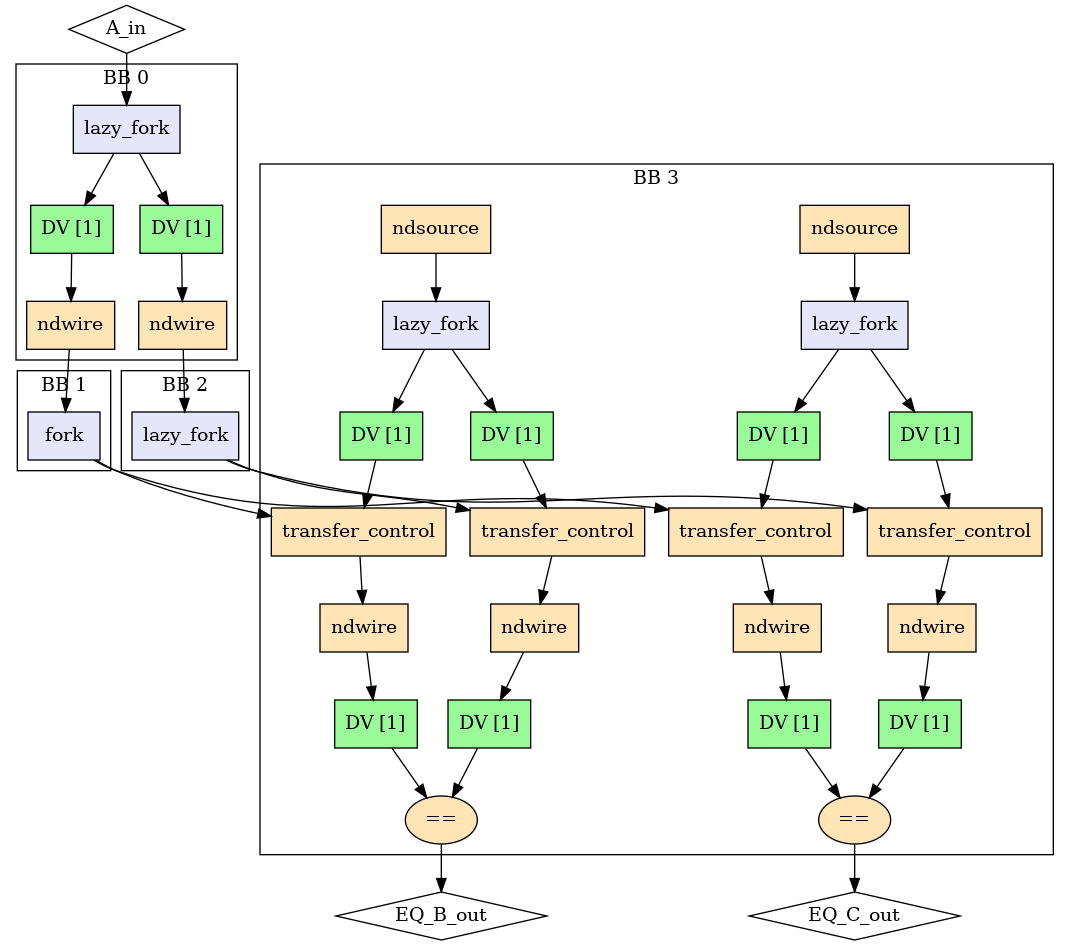
Earlier version of the Graphviz export experimental/tools/elastic-miter/out/fork/miter/model.png (EPFL-LAP/dynamatic). Its source is kept beside it as experimental/tools/elastic-miter/out/fork/miter/model.dot.
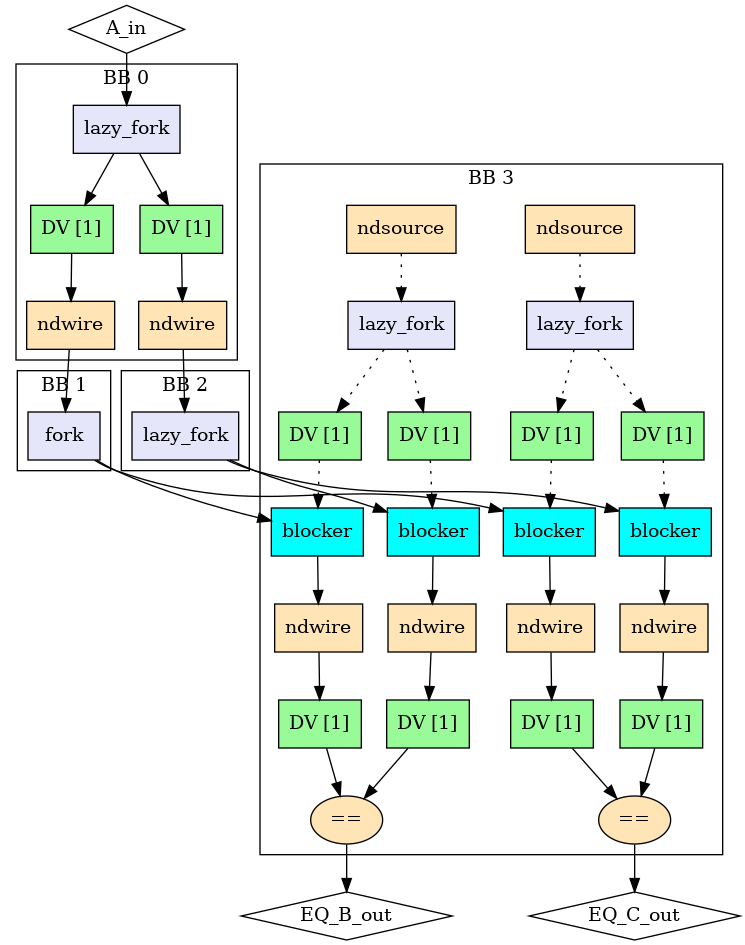
After the change.

Diff of the diagram source:
```diff
@@ -7,10 +7,10 @@
   "A_in" -> "in_fork_A_in" ["dir"="both", "style"="solid", "arrowhead"="normal", "from_idx"="0", "to"="ins", "arrowtail"="none", "from"="A_in", "to_idx"="0"]
   "lhs_in_ndw_A_in" -> "lhs_fork" ["dir"="both", "style"="solid", "arrowhead"="normal", "from_idx"="0", "to"="ins", "arrowtail"="none", "from"="outs", "to_idx"="0"]
   "rhs_in_ndw_A_in" -> "rhs_fork" ["dir"="both", "style"="solid", "arrowhead"="normal", "from_idx"="0", "to"="ins", "arrowtail"="none", "from"="outs", "to_idx"="0"]
-  "lhs_fork" -> "out_lhs_tc_B_out" ["dir"="both", "style"="solid", "arrowhead"="normal", "from_idx"="0", "to"="ins", "arrowtail"="none", "from"="outs_0", "to_idx"="0"]
-  "lhs_fork" -> "out_lhs_tc_C_out" ["dir"="both", "style"="solid", "arrowhead"="normal", "from_idx"="1", "to"="ins", "arrowtail"="none", "from"="outs_1", "to_idx"="0"]
-  "rhs_fork" -> "out_rhs_tc_B_out" ["dir"="both", "style"="solid", "arrowhead"="normal", "from_idx"="0", "to"="ins", "arrowtail"="none", "from"="outs_0", "to_idx"="0"]
-  "rhs_fork" -> "out_rhs_tc_C_out" ["dir"="both", "style"="solid", "arrowhead"="normal", "from_idx"="1", "to"="ins", "arrowtail"="none", "from"="outs_1", "to_idx"="0"]
+  "lhs_fork" -> "out_lhs_bl_B_out" ["dir"="both", "style"="solid", "arrowhead"="normal", "from_idx"="0", "to"="ins", "arrowtail"="none", "from"="outs_0", "to_idx"="0"]
+  "lhs_fork" -> "out_lhs_bl_C_out" ["dir"="both", "style"="solid", "arrowhead"="normal", "from_idx"="1", "to"="ins", "arrowtail"="none", "from"="outs_1", "to_idx"="0"]
+  "rhs_fork" -> "out_rhs_bl_B_out" ["dir"="both", "style"="solid", "arrowhead"="normal", "from_idx"="0", "to"="ins", "arrowtail"="none", "from"="outs_0", "to_idx"="0"]
+  "rhs_fork" -> "out_rhs_bl_C_out" ["dir"="both", "style"="solid", "arrowhead"="normal", "from_idx"="1", "to"="ins", "arrowtail"="none", "from"="outs_1", "to_idx"="0"]
   "out_eq_B_out" -> "EQ_B_out" ["dir"="both", "style"="solid", "arrowhead"="normal", "from_idx"="0", "to"="EQ_B_out", "arrowtail"="none", "from"="result", "to_idx"="0"]
   "out_eq_C_out" -> "EQ_C_out" ["dir"="both", "style"="solid", "arrowhead"="normal", "from_idx"="0", "to"="EQ_C_out", "arrowtail"="none", "from"="result", "to_idx"="1"]
   subgraph cluster0 {
@@ -39,8 +39,8 @@
     "out_lf_B_out" ["style"="filled", "fillcolor"="lavender", "shape"="box", "label"="lazy_fork", "mlir_op"="handshake.lazy_fork"]
     "out_buf_lhs_nds_B_out" ["style"="filled", "fillcolor"="palegreen", "shape"="box", "label"="DV [1]", "mlir_op"="handshake.buffer"]
     "out_buf_rhs_nds_B_out" ["style"="filled", "fillcolor"="palegreen", "shape"="box", "label"="DV [1]", "mlir_op"="handshake.buffer"]
-    "out_lhs_tc_B_out" ["style"="filled", "fillcolor"="moccasin", "shape"="box", "label"="transfer_control", "mlir_op"="handshake.transfer_control"]
-    "out_rhs_tc_B_out" ["style"="filled", "fillcolor"="moccasin", "shape"="box", "label"="transfer_control", "mlir_op"="handshake.transfer_control"]
+    "out_lhs_bl_B_out" ["style"="filled", "fillcolor"="cyan", "shape"="box", "label"="blocker", "mlir_op"="handshake.blocker"]
+    "out_rhs_bl_B_out" ["style"="filled", "fillcolor"="cyan", "shape"="box", "label"="blocker", "mlir_op"="handshake.blocker"]
     "lhs_out_ndw_B_out" ["style"="filled", "fillcolor"="moccasin", "shape"="box", "label"="ndwire", "mlir_op"="handshake.ndwire"]
     "rhs_out_ndw_B_out" ["style"="filled", "fillcolor"="moccasin", "shape"="box", "label"="ndwire", "mlir_op"="handshake.ndwire"]
     "lhs_out_buf_B_out" ["style"="filled", "fillcolor"="palegreen", "shape"="box", "label"="DV [1]", "mlir_op"="handshake.buffer"]
@@ -50,31 +50,31 @@
     "out_lf_C_out" ["style"="filled", "fillcolor"="lavender", "shape"="box", "label"="lazy_fork", "mlir_op"="handshake.lazy_fork"]
     "out_buf_lhs_nds_C_out" ["style"="filled", "fillcolor"="palegreen", "shape"="box", "label"="DV [1]", "mlir_op"="handshake.buffer"]
     "out_buf_rhs_nds_C_out" ["style"="filled", "fillcolor"="palegreen", "shape"="box", "label"="DV [1]", "mlir_op"="handshake.buffer"]
-    "out_lhs_tc_C_out" ["style"="filled", "fillcolor"="moccasin", "shape"="box", "label"="transfer_control", "mlir_op"="handshake.transfer_control"]
-    "out_rhs_tc_C_out" ["style"="filled", "fillcolor"="moccasin", "shape"="box", "label"="transfer_control", "mlir_op"="handshake.transfer_control"]
+    "out_lhs_bl_C_out" ["style"="filled", "fillcolor"="cyan", "shape"="box", "label"="blocker", "mlir_op"="handshake.blocker"]
+    "out_rhs_bl_C_out" ["style"="filled", "fillcolor"="cyan", "shape"="box", "label"="blocker", "mlir_op"="handshake.blocker"]
     "lhs_out_ndw_C_out" ["style"="filled", "fillcolor"="moccasin", "shape"="box", "label"="ndwire", "mlir_op"="handshake.ndwire"]
     "rhs_out_ndw_C_out" ["style"="filled", "fillcolor"="moccasin", "shape"="box", "label"="ndwire", "mlir_op"="handshake.ndwire"]
     "lhs_out_buf_C_out" ["style"="filled", "fillcolor"="palegreen", "shape"="box", "label"="DV [1]", "mlir_op"="handshake.buffer"]
     "rhs_out_buf_C_out" ["style"="filled", "fillcolor"="palegreen", "shape"="box", "label"="DV [1]", "mlir_op"="handshake.buffer"]
     "out_eq_C_out" ["style"="filled", "fillcolor"="moccasin", "shape"="oval", "label"="==", "mlir_op"="handshake.cmpi=="]
-    "out_nds_B_out" -> "out_lf_B_out" ["dir"="both", "style"="solid", "arrowhead"="normal", "from_idx"="0", "to"="ins", "arrowtail"="none", "from"="result", "to_idx"="0"]
-    "out_lf_B_out" -> "out_buf_lhs_nds_B_out" ["dir"="both", "style"="solid", "arrowhead"="normal", "from_idx"="0", "to"="ins", "arrowtail"="none", "from"="outs_0", "to_idx"="0"]
-    "out_lf_B_out" -> "out_buf_rhs_nds_B_out" ["dir"="both", "style"="solid", "arrowhead"="normal", "from_idx"="1", "to"="ins", "arrowtail"="none", "from"="outs_1", "to_idx"="0"]
-    "out_buf_lhs_nds_B_out" -> "out_lhs_tc_B_out" ["dir"="both", "style"="solid", "arrowhead"="normal", "from_idx"="0", "to"="ctrl", "arrowtail"="none", "from"="outs", "to_idx"="1"]
-    "out_buf_rhs_nds_B_out" -> "out_rhs_tc_B_out" ["dir"="both", "style"="solid", "arrowhead"="normal", "from_idx"="0", "to"="ctrl", "arrowtail"="none", "from"="outs", "to_idx"="1"]
-    "out_lhs_tc_B_out" -> "lhs_out_ndw_B_out" ["dir"="both", "style"="solid", "arrowhead"="normal", "from_idx"="0", "to"="ins", "arrowtail"="none", "from"="outs", "to_idx"="0"]
-    "out_rhs_tc_B_out" -> "rhs_out_ndw_B_out" ["dir"="both", "style"="solid", "arrowhead"="normal", "from_idx"="0", "to"="ins", "arrowtail"="none", "from"="outs", "to_idx"="0"]
+    "out_nds_B_out" -> "out_lf_B_out" ["dir"="both", "style"="dotted", "arrowhead"="normal", "from_idx"="0", "to"="ins", "arrowtail"="none", "from"="result", "to_idx"="0"]
+    "out_lf_B_out" -> "out_buf_lhs_nds_B_out" ["dir"="both", "style"="dotted", "arrowhead"="normal", "from_idx"="0", "to"="ins", "arrowtail"="none", "from"="outs_0", "to_idx"="0"]
+    "out_lf_B_out" -> "out_buf_rhs_nds_B_out" ["dir"="both", "style"="dotted", "arrowhead"="normal", "from_idx"="1", "to"="ins", "arrowtail"="none", "from"="outs_1", "to_idx"="0"]
+    "out_buf_lhs_nds_B_out" -> "out_lhs_bl_B_out" ["dir"="both", "style"="dotted", "arrowhead"="normal", "from_idx"="0", "to"="ctrl", "arrowtail"="none", "from"="outs", "to_idx"="1"]
+    "out_buf_rhs_nds_B_out" -> "out_rhs_bl_B_out" ["dir"="both", "style"="dotted", "arrowhead"="normal", "from_idx"="0", "to"="ctrl", "arrowtail"="none", "from"="outs", "to_idx"="1"]
+    "out_lhs_bl_B_out" -> "lhs_out_ndw_B_out" ["dir"="both", "style"="solid", "arrowhead"="normal", "from_idx"="0", "to"="ins", "arrowtail"="none", "from"="outs", "to_idx"="0"]
+    "out_rhs_bl_B_out" -> "rhs_out_ndw_B_out" ["dir"="both", "style"="solid", "arrowhead"="normal", "from_idx"="0", "to"="ins", "arrowtail"="none", "from"="outs", "to_idx"="0"]
     "lhs_out_ndw_B_out" -> "lhs_out_buf_B_out" ["dir"="both", "style"="solid", "arrowhead"="normal", "from_idx"="0", "to"="ins", "arrowtail"="none", "from"="outs", "to_idx"="0"]
     "rhs_out_ndw_B_out" -> "rhs_out_buf_B_out" ["dir"="both", "style"="solid", "arrowhead"="normal", "from_idx"="0", "to"="ins", "arrowtail"="none", "from"="outs", "to_idx"="0"]
     "lhs_out_buf_B_out" -> "out_eq_B_out" ["dir"="both", "style"="solid", "arrowhead"="normal", "from_idx"="0", "to"="lhs", "arrowtail"="none", "from"="outs", "to_idx"="0"]
     "rhs_out_buf_B_out" -> "out_eq_B_out" ["dir"="both", "style"="solid", "arrowhead"="normal", "from_idx"="0", "to"="rhs", "arrowtail"="none", "from"="outs", "to_idx"="1"]
-    "out_nds_C_out" -> "out_lf_C_out" ["dir"="both", "style"="solid", "arrowhead"="normal", "from_idx"="0", "to"="ins", "arrowtail"="none", "from"="result", "to_idx"="0"]
-    "out_lf_C_out" -> "out_buf_lhs_nds_C_out" ["dir"="both", "style"="solid", "arrowhead"="normal", "from_idx"="0", "to"="ins", "arrowtail"="none", "from"="outs_0", "to_idx"="0"]
-    "out_lf_C_out" -> "out_buf_rhs_nds_C_out" ["dir"="both", "style"="solid", "arrowhead"="normal", "from_idx"="1", "to"="ins", "arrowtail"="none", "from"="outs_1", "to_idx"="0"]
-    "out_buf_lhs_nds_C_out" -> "out_lhs_tc_C_out" ["dir"="both", "style"="solid", "arrowhead"="normal", "from_idx"="0", "to"="ctrl", "arrowtail"="none", "from"="outs", "to_idx"="1"]
-    "out_buf_rhs_nds_C_out" -> "out_rhs_tc_C_out" ["dir"="both", "style"="solid", "arrowhead"="normal", "from_idx"="0", "to"="ctrl", "arrowtail"="none", "from"="outs", "to_idx"="1"]
-    "out_lhs_tc_C_out" -> "lhs_out_ndw_C_out" ["dir"="both", "style"="solid", "arrowhead"="normal", "from_idx"="0", "to"="ins", "arrowtail"="none", "from"="outs", "to_idx"="0"]
-    "out_rhs_tc_C_out" -> "rhs_out_ndw_C_out" ["dir"="both", "style"="solid", "arrowhead"="normal", "from_idx"="0", "to"="ins", "arrowtail"="none", "from"="outs", "to_idx"="0"]
+    "out_nds_C_out" -> "out_lf_C_out" ["dir"="both", "style"="dotted", "arrowhead"="normal", "from_idx"="0", "to"="ins", "arrowtail"="none", "from"="result", "to_idx"="0"]
+    "out_lf_C_out" -> "out_buf_lhs_nds_C_out" ["dir"="both", "style"="dotted", "arrowhead"="normal", "from_idx"="0", "to"="ins", "arrowtail"="none", "from"="outs_0", "to_idx"="0"]
+    "out_lf_C_out" -> "out_buf_rhs_nds_C_out" ["dir"="both", "style"="dotted", "arrowhead"="normal", "from_idx"="1", "to"="ins", "arrowtail"="none", "from"="outs_1", "to_idx"="0"]
+    "out_buf_lhs_nds_C_out" -> "out_lhs_bl_C_out" ["dir"="both", "style"="dotted", "arrowhead"="normal", "from_idx"="0", "to"="ctrl", "arrowtail"="none", "from"="outs", "to_idx"="1"]
+    "out_buf_rhs_nds_C_out" -> "out_rhs_bl_C_out" ["dir"="both", "style"="dotted", "arrowhead"="normal", "from_idx"="0", "to"="ctrl", "arrowtail"="none", "from"="outs", "to_idx"="1"]
+    "out_lhs_bl_C_out" -> "lhs_out_ndw_C_out" ["dir"="both", "style"="solid", "arrowhead"="normal", "from_idx"="0", "to"="ins", "arrowtail"="none", "from"="outs", "to_idx"="0"]
+    "out_rhs_bl_C_out" -> "rhs_out_ndw_C_out" ["dir"="both", "style"="solid", "arrowhead"="normal", "from_idx"="0", "to"="ins", "arrowtail"="none", "from"="outs", "to_idx"="0"]
     "lhs_out_ndw_C_out" -> "lhs_out_buf_C_out" ["dir"="both", "style"="solid", "arrowhead"="normal", "from_idx"="0", "to"="ins", "arrowtail"="none", "from"="outs", "to_idx"="0"]
     "rhs_out_ndw_C_out" -> "rhs_out_buf_C_out" ["dir"="both", "style"="solid", "arrowhead"="normal", "from_idx"="0", "to"="ins", "arrowtail"="none", "from"="outs", "to_idx"="0"]
     "lhs_out_buf_C_out" -> "out_eq_C_out" ["dir"="both", "style"="solid", "arrowhead"="normal", "from_idx"="0", "to"="lhs", "arrowtail"="none", "from"="outs", "to_idx"="0"]
```
